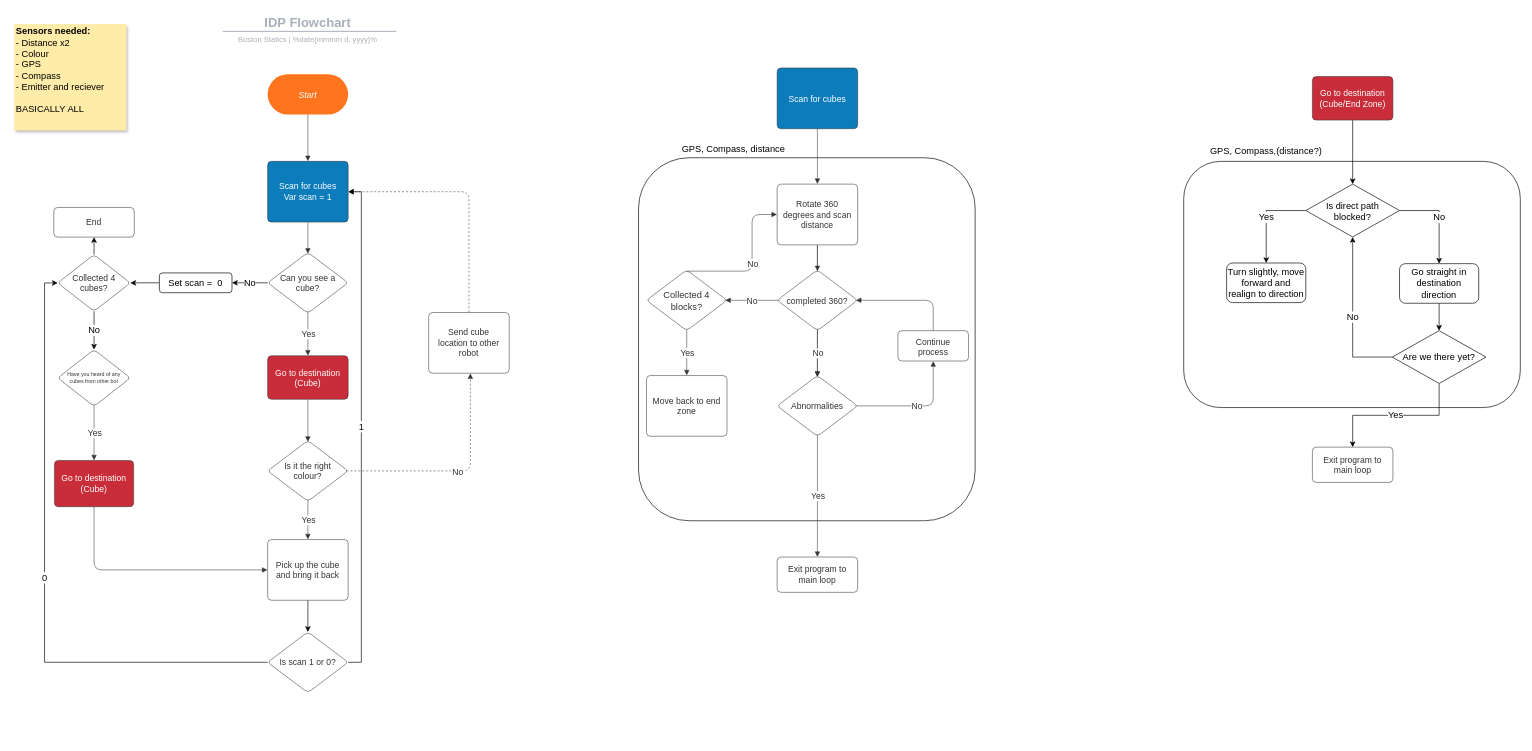
Before: IDP Flowchart.drawio in AldricGoh/IDP-Software, a draw.io diagram. Source tidied: cells renumbered, new cells numbered last; positions are measured from the earlier drawing's top-left corner, leaving out a move shared by most shapes. Both pictures are drawn from the tidied source at 66%, with x=0, y=0 at pixel (14, 11).
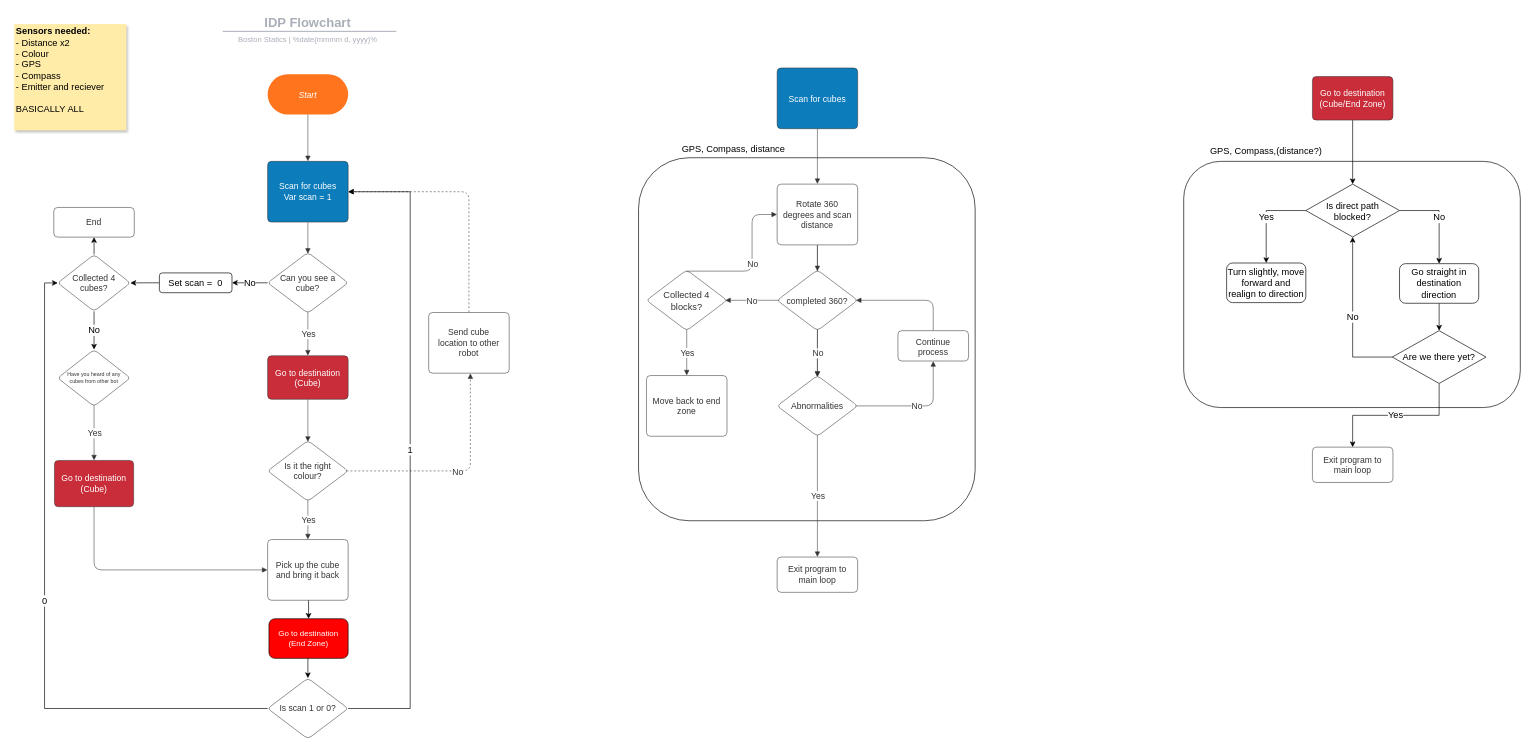
After the change.

Unchanged cells that the change refers to:
```xml
<mxCell id="9" value="Scan for cubes&lt;br&gt;Var scan = 1" style="html=1;overflow=block;blockSpacing=1;whiteSpace=wrap;whiteSpace=wrap;fontSize=13;fontColor=#ffffff;align=center;spacing=9;strokeColor=#333333;strokeOpacity=100;fillOpacity=100;rounded=1;absoluteArcSize=1;arcSize=12;fillColor=#0c7cba;strokeWidth=0.8;" parent="1" vertex="1">
  <mxGeometry x="384" y="227" width="122" height="92" as="geometry" />
</mxCell>
<mxCell id="20" value="Pick up the cube and bring it back" style="html=1;overflow=block;blockSpacing=1;whiteSpace=wrap;whiteSpace=wrap;fontSize=13;fontColor=#333333;align=center;spacing=9;strokeColor=#333333;strokeOpacity=100;fillOpacity=100;rounded=1;absoluteArcSize=1;arcSize=12;fillColor=#ffffff;strokeWidth=0.8;" parent="1" vertex="1">
  <mxGeometry x="384" y="800" width="122" height="92" as="geometry" />
</mxCell>
```

What changed in the source:
```diff
@@
-    <mxCell id="19" style="edgeStyle=orthogonalEdgeStyle;rounded=0;jettySize=auto;html=1;exitX=0.5;exitY=1;exitDx=0;exitDy=0;entryX=0.5;entryY=0;entryDx=0;entryDy=0;fontSize=14;" parent="1" edge="1" source="20" target="79">
-      <mxGeometry relative="1" as="geometry" />
-    </mxCell>
+    <mxCell id="80" style="edgeStyle=orthogonalEdgeStyle;rounded=0;jettySize=auto;html=1;exitX=0.5;exitY=1;exitDx=0;exitDy=0;entryX=0.5;entryY=0;entryDx=0;entryDy=0;fontColor=#FFFFFF;" parent="1" edge="1" source="20" target="82">
+      <mxGeometry relative="1" as="geometry" />
+    </mxCell>
@@
     <mxCell id="78" value="1" style="edgeStyle=orthogonalEdgeStyle;rounded=0;jettySize=auto;html=1;exitX=1;exitY=0.5;exitDx=0;exitDy=0;entryX=1;entryY=0.5;entryDx=0;entryDy=0;fontSize=14;" parent="1" edge="1" source="79" target="9">
-      <mxGeometry relative="1" as="geometry" />
+      <mxGeometry relative="1" as="geometry">
+        <Array as="points">
+          <mxPoint x="600" y="1056" />
+          <mxPoint x="600" y="273" />
+        </Array>
+      </mxGeometry>
     </mxCell>
     <mxCell id="79" value="Is scan 1 or 0?" style="html=1;overflow=block;blockSpacing=1;whiteSpace=wrap;rhombus;whiteSpace=wrap;fontSize=13;fontColor=#333333;align=center;spacing=3.8;strokeColor=#333333;strokeOpacity=100;fillOpacity=100;rounded=1;absoluteArcSize=1;arcSize=12;fillColor=#ffffff;strokeWidth=0.8;" parent="1" vertex="1">
-      <mxGeometry x="384" y="940" width="122" height="92" as="geometry" />
+      <mxGeometry x="384" y="1010" width="122" height="92" as="geometry" />
     </mxCell>
+    <mxCell id="81" style="edgeStyle=orthogonalEdgeStyle;rounded=0;jettySize=auto;html=1;exitX=0.5;exitY=1;exitDx=0;exitDy=0;entryX=0.5;entryY=0;entryDx=0;entryDy=0;fontColor=#FFFFFF;" parent="1" edge="1" source="82" target="79">
+      <mxGeometry relative="1" as="geometry" />
+    </mxCell>
+    <mxCell id="82" value="Go to destination (End Zone)" style="rounded=1;whiteSpace=wrap;html=1;fillColor=#FF0000;fontColor=#FFFFFF;" parent="1" vertex="1">
+      <mxGeometry x="386" y="920" width="120" height="60" as="geometry" />
+    </mxCell>
```
